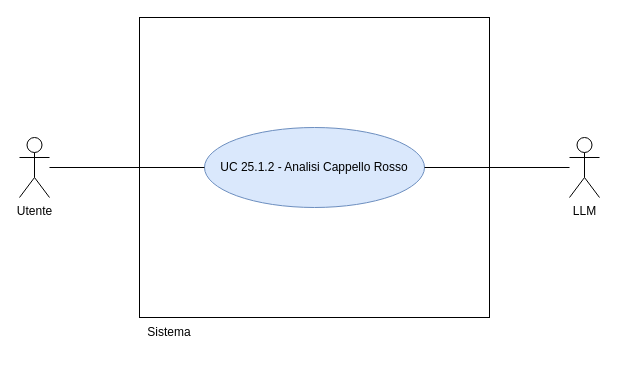
This is RTB/doc_esterna/analisi-dei-requisiti/assets/draw.io/UC25.1.2.drawio from thebitless-group-swe/thebitless.github.io, a draw.io file, before an edit. Source tidied: cells renumbered, new cells numbered last; positions are measured from the earlier drawing's top-left corner, leaving out a move shared by most shapes. Both pictures are drawn from the tidied source at 100%, with x=0, y=0 at pixel (19, 17).
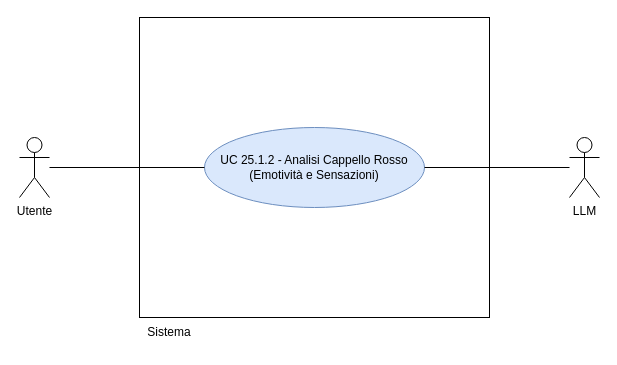
The same page after the edit.

What changed in the source:
```diff
@@
 <mxGraphModel>
   <root>
     <mxCell id="0" />
     <mxCell id="1" parent="0" />
     <mxCell id="2" value="Utente" style="shape=umlActor;verticalLabelPosition=bottom;verticalAlign=top;html=1;outlineConnect=0;" parent="1" vertex="1">
       <mxGeometry y="120" width="30" height="60" as="geometry" />
     </mxCell>
     <mxCell id="3" value="LLM" style="shape=umlActor;verticalLabelPosition=bottom;verticalAlign=top;html=1;outlineConnect=0;" parent="1" vertex="1">
       <mxGeometry x="550" y="120" width="30" height="60" as="geometry" />
     </mxCell>
     <mxCell id="4" style="whiteSpace=wrap;html=1;" parent="1" vertex="1">
       <mxGeometry x="120" width="350" height="300" as="geometry" />
     </mxCell>
     <mxCell id="5" value="Sistema" style="text;html=1;whiteSpace=wrap;strokeColor=none;fillColor=none;align=center;verticalAlign=middle;rounded=0;" parent="1" vertex="1">
       <mxGeometry x="120" y="300" width="60" height="30" as="geometry" />
     </mxCell>
-    <mxCell id="6" value="UC 25.1.2 - Analisi Cappello Rosso" style="ellipse;whiteSpace=wrap;html=1;fillColor=#dae8fc;strokeColor=#6c8ebf;" parent="1" vertex="1">
+    <mxCell id="6" value="UC 25.1.2 - Analisi Cappello Rosso&lt;div&gt;(Emotività e Sensazioni)&lt;/div&gt;" style="ellipse;whiteSpace=wrap;html=1;fillColor=#dae8fc;strokeColor=#6c8ebf;" parent="1" vertex="1">
       <mxGeometry x="185" y="110" width="220" height="80" as="geometry" />
     </mxCell>
     <mxCell id="7" style="edgeStyle=none;rounded=0;jettySize=auto;html=1;endArrow=none;endFill=0;" parent="1" edge="1" source="2" target="6">
       <mxGeometry relative="1" as="geometry" />
     </mxCell>
     <mxCell id="8" style="edgeStyle=none;rounded=0;jettySize=auto;html=1;endArrow=none;endFill=0;" parent="1" edge="1" source="3" target="6">
       <mxGeometry relative="1" as="geometry" />
     </mxCell>
   </root>
 </mxGraphModel>
```
